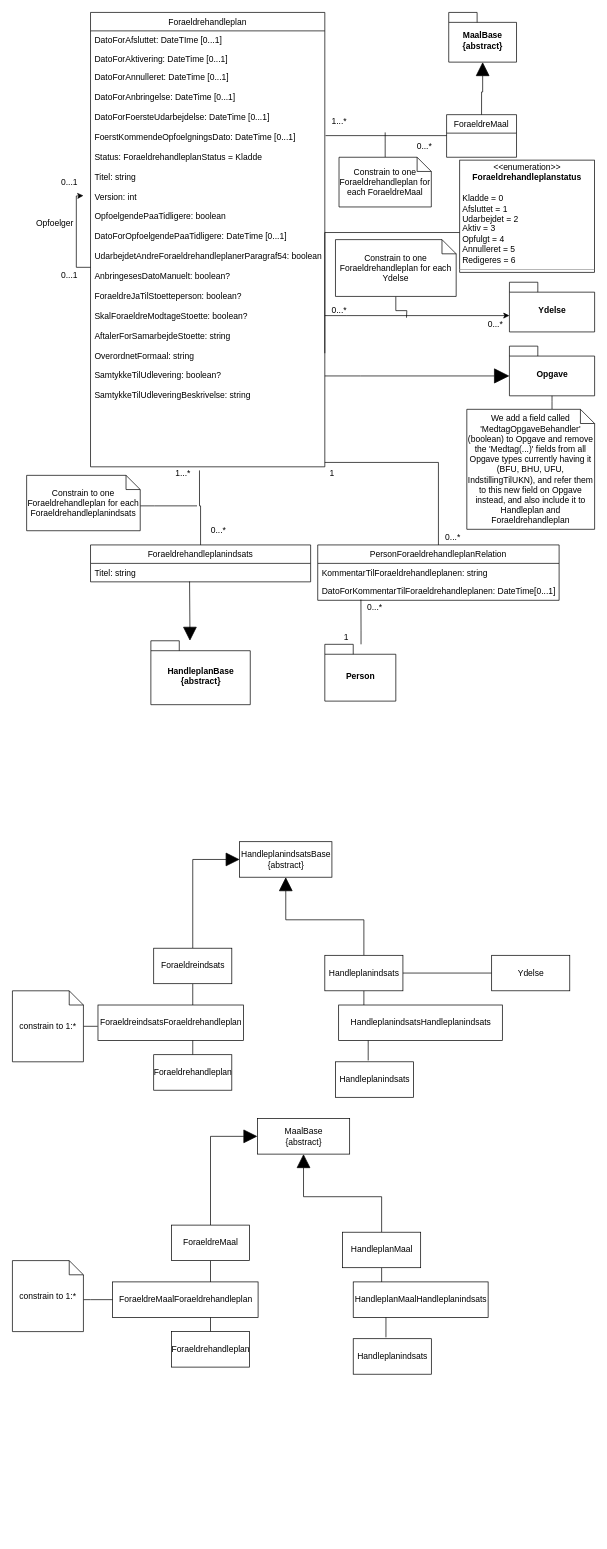
The draw.io diagram Untitled Diagram.drawio in DanielMikkelsen/CompanyCarpool, before the edit. Source tidied: cells renumbered, new cells numbered last; positions are measured from the earlier drawing's top-left corner, leaving out a move shared by most shapes. Both pictures are drawn from the tidied source at 71%, with x=0, y=0 at pixel (12, 12).
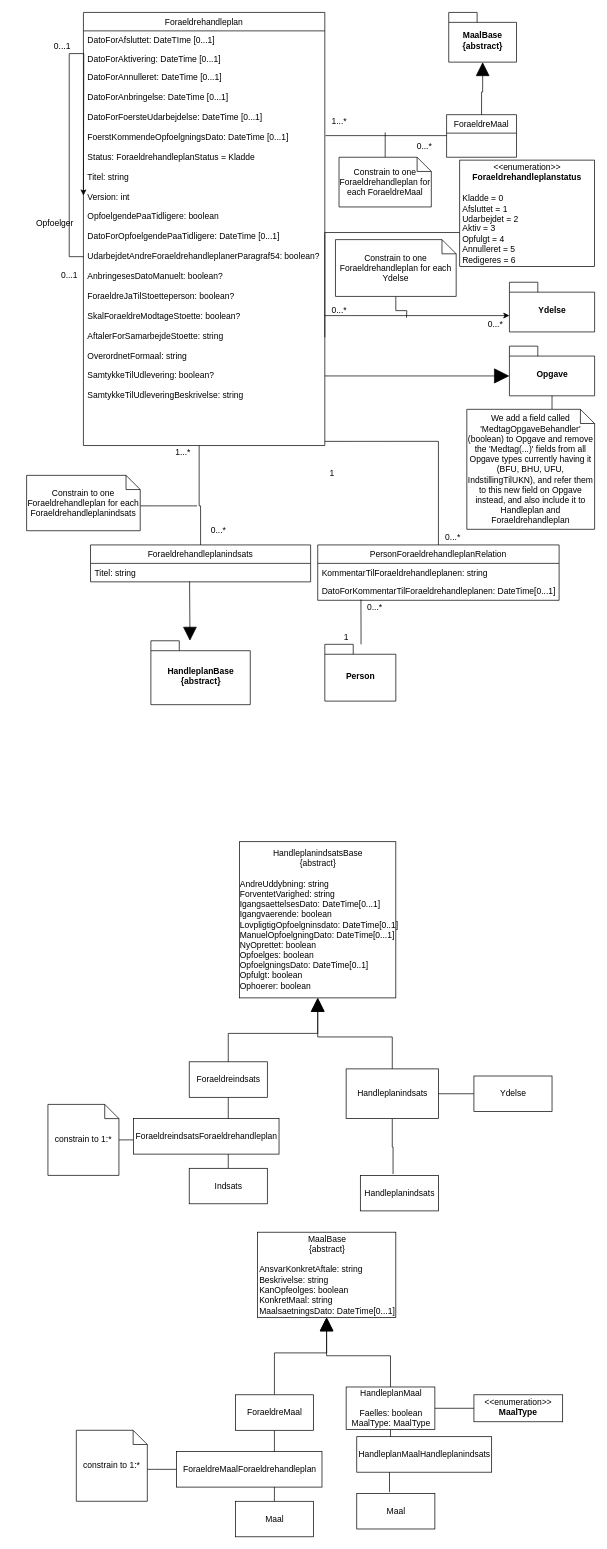
Above is the later version.

Unchanged cells that the change refers to:
```xml
<mxCell id="10" value="Foraeldrehandleplanindsats" style="swimlane;fontStyle=0;horizontal=1;startSize=26;fillColor=none;" parent="1" vertex="1">
  <mxGeometry x="110" y="750" width="310" height="52" as="geometry" />
</mxCell>
```

Change to the diagram source:
```diff
@@
     <mxCell id="2" value="Foraeldrehandleplan" style="swimlane;fontStyle=0;align=center;verticalAlign=top;horizontal=1;startSize=26;rounded=0;shadow=0;strokeWidth=1;" parent="1" vertex="1">
-      <mxGeometry x="110" width="330" height="640" as="geometry" />
+      <mxGeometry x="100" width="340" height="610" as="geometry" />
     </mxCell>
     <mxCell id="3" value="DatoForAfsluttet: DateTIme [0...1]" style="text;align=left;verticalAlign=top;spacingLeft=4;spacingRight=4;overflow=hidden;" parent="2" vertex="1">
-      <mxGeometry y="26" width="330" height="26" as="geometry" />
+      <mxGeometry y="26" width="340" height="26" as="geometry" />
     </mxCell>
     <mxCell id="4" value="DatoForAktivering: DateTime [0...1]" style="text;align=left;verticalAlign=top;spacingLeft=4;spacingRight=4;overflow=hidden;rounded=0;shadow=0;html=0;" parent="2" vertex="1">
-      <mxGeometry y="52" width="330" height="26" as="geometry" />
+      <mxGeometry y="52" width="340" height="26" as="geometry" />
     </mxCell>
-    <mxCell id="5" value="DatoForAnnulleret: DateTime [0...1]&#10;&#10;DatoForAnbringelse: DateTime [0...1]&#10;&#10;DatoForFoersteUdarbejdelse: DateTime [0...1]&#10;&#10;FoerstKommendeOpfoelgningsDato: DateTime [0...1]&#10;&#10;Status: ForaeldrehandleplanStatus = Kladde&#10;&#10;Titel: string&#10;&#10;Version: int&#10;&#10;OpfoelgendePaaTidligere: boolean&#10;&#10;DatoForOpfoelgendePaaTidligere: DateTime [0...1]&#10;&#10;UdarbejdetAndreForaeldrehandleplanerParagraf54: boolean&#10;&#10;AnbringesesDatoManuelt: boolean?&#10;&#10;ForaeldreJaTilStoetteperson: boolean?&#10;&#10;SkalForaeldreModtageStoette: boolean?&#10;&#10;AftalerForSamarbejdeStoette: string&#10;&#10;OverordnetFormaal: string&#10;&#10;SamtykkeTilUdlevering: boolean?&#10;&#10;SamtykkeTilUdleveringBeskrivelse: string&#10;&#10;" style="text;align=left;verticalAlign=top;spacingLeft=4;spacingRight=4;overflow=hidden;points=[[0,0.5],[1,0.5]];portConstraint=eastwest;rounded=0;shadow=0;html=0;" parent="2" vertex="1">
-      <mxGeometry y="78" width="330" height="562" as="geometry" />
+    <mxCell id="5" value="DatoForAnnulleret: DateTime [0...1]&#10;&#10;DatoForAnbringelse: DateTime [0...1]&#10;&#10;DatoForFoersteUdarbejdelse: DateTime [0...1]&#10;&#10;FoerstKommendeOpfoelgningsDato: DateTime [0...1]&#10;&#10;Status: ForaeldrehandleplanStatus = Kladde&#10;&#10;Titel: string&#10;&#10;Version: int&#10;&#10;OpfoelgendePaaTidligere: boolean&#10;&#10;DatoForOpfoelgendePaaTidligere: DateTime [0...1]&#10;&#10;UdarbejdetAndreForaeldrehandleplanerParagraf54: boolean?&#10;&#10;AnbringesesDatoManuelt: boolean?&#10;&#10;ForaeldreJaTilStoetteperson: boolean?&#10;&#10;SkalForaeldreModtageStoette: boolean?&#10;&#10;AftalerForSamarbejdeStoette: string&#10;&#10;OverordnetFormaal: string&#10;&#10;SamtykkeTilUdlevering: boolean?&#10;&#10;SamtykkeTilUdleveringBeskrivelse: string&#10;&#10;" style="text;align=left;verticalAlign=top;spacingLeft=4;spacingRight=4;overflow=hidden;points=[[0,0.5],[1,0.5]];portConstraint=eastwest;rounded=0;shadow=0;html=0;" parent="2" vertex="1">
+      <mxGeometry y="78" width="340" height="532" as="geometry" />
     </mxCell>
@@
     <mxCell id="8" value="&lt;p style=&quot;margin: 0px ; margin-top: 4px ; text-align: center&quot;&gt;&lt;i&gt;&amp;lt;&amp;lt;&lt;/i&gt;enumeration&lt;i&gt;&amp;gt;&amp;gt;&lt;/i&gt;&lt;br&gt;&lt;/p&gt;&lt;b&gt;&lt;div style=&quot;text-align: center&quot;&gt;&lt;b&gt;Foraeldrehandleplanstatus&lt;/b&gt;&lt;/div&gt;&lt;/b&gt;&lt;p style=&quot;margin: 0px ; margin-left: 4px&quot;&gt;&lt;br&gt;&lt;/p&gt;&lt;p style=&quot;margin: 0px ; margin-left: 4px&quot;&gt;Kladde = 0&lt;br&gt;Afsluttet = 1&lt;/p&gt;&lt;p style=&quot;margin: 0px ; margin-left: 4px&quot;&gt;Udarbejdet = 2&lt;/p&gt;&lt;p style=&quot;margin: 0px ; margin-left: 4px&quot;&gt;Aktiv = 3&lt;/p&gt;&lt;p style=&quot;margin: 0px ; margin-left: 4px&quot;&gt;Opfulgt = 4&lt;/p&gt;&lt;p style=&quot;margin: 0px ; margin-left: 4px&quot;&gt;Annulleret = 5&lt;/p&gt;&lt;p style=&quot;margin: 0px ; margin-left: 4px&quot;&gt;Redigeres = 6&lt;/p&gt;&lt;hr size=&quot;1&quot;&gt;&lt;p style=&quot;margin: 0px ; margin-left: 4px&quot;&gt;&lt;br&gt;&lt;/p&gt;" style="verticalAlign=top;align=left;overflow=fill;fontSize=12;fontFamily=Helvetica;html=1;" parent="1" vertex="1">
-      <mxGeometry x="630" y="208" width="190" height="158" as="geometry" />
+      <mxGeometry x="630" y="208" width="190" height="150" as="geometry" />
     </mxCell>
-    <mxCell id="9" style="edgeStyle=orthogonalEdgeStyle;rounded=0;jettySize=auto;html=1;entryX=0.465;entryY=1.009;entryDx=0;entryDy=0;entryPerimeter=0;startArrow=none;startFill=0;startSize=17;endArrow=none;endFill=0;targetPerimeterSpacing=0;" parent="1" edge="1" source="10" target="5">
+    <mxCell id="9" style="edgeStyle=orthogonalEdgeStyle;rounded=0;jettySize=auto;html=1;startArrow=none;startFill=0;startSize=17;endArrow=none;endFill=0;targetPerimeterSpacing=0;" parent="1" edge="1" source="10" target="5">
       <mxGeometry relative="1" as="geometry">
         <Array as="points">
           <mxPoint x="265" y="695" />
           <mxPoint x="263" y="695" />
         </Array>
       </mxGeometry>
     </mxCell>
@@
     <mxCell id="39" value="1...*" style="text;html=1;align=center;verticalAlign=middle;" parent="1" vertex="1">
-      <mxGeometry x="220" y="640" width="40" height="20" as="geometry" />
+      <mxGeometry x="220" y="610" width="40" height="20" as="geometry" />
     </mxCell>
@@
-    <mxCell id="47" value="HandleplanindsatsBase&lt;br&gt;{abstract}" style="html=1;" parent="1" vertex="1">
-      <mxGeometry x="320" y="1168" width="130" height="50" as="geometry" />
+    <mxCell id="47" value="HandleplanindsatsBase&lt;br&gt;{abstract}&lt;br&gt;&lt;div style=&quot;text-align: left&quot;&gt;&lt;br&gt;&lt;/div&gt;&lt;div style=&quot;text-align: left&quot;&gt;&amp;nbsp;AndreUddybning:&amp;nbsp;&lt;span&gt;string&lt;/span&gt;&lt;/div&gt;&lt;div style=&quot;text-align: left&quot;&gt;&amp;nbsp;ForventetVarighed: string&lt;/div&gt;&lt;div style=&quot;text-align: left&quot;&gt;&lt;span&gt;&amp;nbsp;IgangsaettelsesDato: DateTime[0...1]&lt;/span&gt;&lt;br&gt;&lt;/div&gt;&lt;div style=&quot;text-align: left&quot;&gt;&lt;span&gt;&amp;nbsp;Igangvaerende: boolean&lt;/span&gt;&lt;br&gt;&lt;/div&gt;&lt;div style=&quot;text-align: left&quot;&gt;&lt;span&gt;&amp;nbsp;LovpligtigOpfoelgninsdato: DateTime[0..1]&lt;/span&gt;&lt;br&gt;&lt;/div&gt;&lt;div style=&quot;text-align: left&quot;&gt;&lt;span&gt;&amp;nbsp;ManuelOpfoelgningDato: DateTime[0...1]&lt;/span&gt;&lt;br&gt;&lt;/div&gt;&lt;div style=&quot;text-align: left&quot;&gt;&lt;span&gt;&amp;nbsp;NyOprettet: boolean&lt;/span&gt;&lt;br&gt;&lt;/div&gt;&lt;div style=&quot;text-align: left&quot;&gt;&lt;span&gt;&amp;nbsp;Opfoelges: boolean&lt;/span&gt;&lt;/div&gt;&lt;div style=&quot;text-align: left&quot;&gt;&amp;nbsp;OpfoelgningsDato: DateTime[0..1]&lt;/div&gt;&lt;div style=&quot;text-align: left&quot;&gt;&lt;span&gt;&amp;nbsp;Opfulgt: boolean&lt;/span&gt;&lt;br&gt;&lt;/div&gt;&lt;div style=&quot;text-align: left&quot;&gt;&lt;span&gt;&amp;nbsp;Ophoerer: boolean&lt;/span&gt;&lt;br&gt;&lt;/div&gt;" style="html=1;" parent="1" vertex="1">
+      <mxGeometry x="320" y="1168" width="220" height="220" as="geometry" />
     </mxCell>
@@
     <mxCell id="49" value="Foraeldreindsats" style="html=1;" parent="1" vertex="1">
-      <mxGeometry x="199" y="1318" width="110" height="50" as="geometry" />
+      <mxGeometry x="249" y="1478" width="110" height="50" as="geometry" />
     </mxCell>
@@
     <mxCell id="51" value="Handleplanindsats" style="html=1;" parent="1" vertex="1">
-      <mxGeometry x="440" y="1328" width="110" height="50" as="geometry" />
+      <mxGeometry x="470" y="1488" width="130" height="70" as="geometry" />
     </mxCell>
-    <mxCell id="52" value="Foraeldrehandleplan" style="html=1;" parent="1" vertex="1">
-      <mxGeometry x="199" y="1468" width="110" height="50" as="geometry" />
+    <mxCell id="52" value="Indsats" style="html=1;" parent="1" vertex="1">
+      <mxGeometry x="249" y="1628" width="110" height="50" as="geometry" />
     </mxCell>
     <mxCell id="53" value="Handleplanindsats" style="html=1;" parent="1" vertex="1">
-      <mxGeometry x="455" y="1478" width="110" height="50" as="geometry" />
+      <mxGeometry x="490" y="1638" width="110" height="50" as="geometry" />
     </mxCell>
     <mxCell id="54" style="edgeStyle=orthogonalEdgeStyle;rounded=0;jettySize=auto;html=1;entryX=0.5;entryY=0;entryDx=0;entryDy=0;startArrow=block;startFill=1;startSize=17;endArrow=none;endFill=0;targetPerimeterSpacing=0;" parent="1" edge="1" source="56" target="58">
-      <mxGeometry relative="1" as="geometry" />
+      <mxGeometry relative="1" as="geometry">
+        <Array as="points">
+          <mxPoint x="443" y="1888" />
+          <mxPoint x="369" y="1888" />
+        </Array>
+      </mxGeometry>
     </mxCell>
@@
-    <mxCell id="56" value="MaalBase&lt;br&gt;{abstract}" style="html=1;" parent="1" vertex="1">
-      <mxGeometry x="345" y="1558" width="130" height="50" as="geometry" />
+    <mxCell id="56" value="MaalBase&lt;br&gt;{abstract}&lt;br&gt;&lt;br&gt;&lt;div style=&quot;text-align: left&quot;&gt;&lt;span&gt;AnsvarKonkretAftale: string&lt;/span&gt;&lt;/div&gt;&lt;div style=&quot;text-align: left&quot;&gt;&lt;span&gt;Beskrivelse: string&lt;/span&gt;&lt;/div&gt;&lt;div style=&quot;text-align: left&quot;&gt;&lt;span&gt;KanOpfeolges: boolean&lt;/span&gt;&lt;/div&gt;&lt;div style=&quot;text-align: left&quot;&gt;&lt;span&gt;KonkretMaal: string&lt;/span&gt;&lt;/div&gt;&lt;div style=&quot;text-align: left&quot;&gt;&lt;span&gt;MaalsaetningsDato: DateTime[0...1]&lt;/span&gt;&lt;/div&gt;" style="html=1;" parent="1" vertex="1">
+      <mxGeometry x="345" y="1718" width="195" height="120" as="geometry" />
     </mxCell>
@@
     <mxCell id="58" value="ForaeldreMaal" style="html=1;" parent="1" vertex="1">
-      <mxGeometry x="224" y="1708" width="110" height="50" as="geometry" />
+      <mxGeometry x="314" y="1947" width="110" height="50" as="geometry" />
     </mxCell>
@@
+    <mxCell id="77" style="edgeStyle=orthogonalEdgeStyle;rounded=0;jettySize=auto;html=1;entryX=0;entryY=0.5;entryDx=0;entryDy=0;endArrow=none;endFill=0;" parent="1" edge="1" source="60" target="78">
+      <mxGeometry relative="1" as="geometry" />
+    </mxCell>
-    <mxCell id="60" value="HandleplanMaal" style="html=1;" parent="1" vertex="1">
-      <mxGeometry x="465" y="1718" width="110" height="50" as="geometry" />
+    <mxCell id="60" value="HandleplanMaal&lt;br&gt;&lt;br&gt;Faelles: boolean&lt;br&gt;MaalType: MaalType" style="html=1;" parent="1" vertex="1">
+      <mxGeometry x="470" y="1936" width="125" height="60" as="geometry" />
     </mxCell>
-    <mxCell id="61" value="Foraeldrehandleplan" style="html=1;" parent="1" vertex="1">
-      <mxGeometry x="224" y="1858" width="110" height="50" as="geometry" />
+    <mxCell id="61" value="Maal" style="html=1;" parent="1" vertex="1">
+      <mxGeometry x="314" y="2097" width="110" height="50" as="geometry" />
     </mxCell>
-    <mxCell id="62" value="Handleplanindsats" style="html=1;" parent="1" vertex="1">
-      <mxGeometry x="480" y="1868" width="110" height="50" as="geometry" />
+    <mxCell id="62" value="Maal" style="html=1;" parent="1" vertex="1">
+      <mxGeometry x="485" y="2086" width="110" height="50" as="geometry" />
     </mxCell>
@@
     <mxCell id="64" value="Ydelse" style="html=1;" parent="1" vertex="1">
-      <mxGeometry x="675" y="1328" width="110" height="50" as="geometry" />
+      <mxGeometry x="650" y="1498" width="110" height="50" as="geometry" />
     </mxCell>
     <mxCell id="65" value="ForaeldreMaalForaeldrehandleplan" style="html=1;" parent="1" vertex="1">
-      <mxGeometry x="141" y="1788" width="205" height="50" as="geometry" />
+      <mxGeometry x="231" y="2027" width="205" height="50" as="geometry" />
     </mxCell>
     <mxCell id="66" value="HandleplanMaalHandleplanindsats" style="html=1;" parent="1" vertex="1">
-      <mxGeometry x="480" y="1788" width="190" height="50" as="geometry" />
+      <mxGeometry x="485" y="2006" width="190" height="50" as="geometry" />
     </mxCell>
     <mxCell id="67" value="ForaeldreindsatsForaeldrehandleplan" style="html=1;" parent="1" vertex="1">
-      <mxGeometry x="120.5" y="1398" width="205" height="50" as="geometry" />
+      <mxGeometry x="170.5" y="1558" width="205" height="50" as="geometry" />
     </mxCell>
-    <mxCell id="68" value="HandleplanindsatsHandleplanindsats" style="html=1;" parent="1" vertex="1">
-      <mxGeometry x="459.5" y="1398" width="230.5" height="50" as="geometry" />
-    </mxCell>
     <mxCell id="69" style="edgeStyle=orthogonalEdgeStyle;rounded=0;jettySize=auto;html=1;startArrow=none;startFill=0;startSize=17;endArrow=none;endFill=0;targetPerimeterSpacing=0;" parent="1" edge="1" source="70">
       <mxGeometry relative="1" as="geometry">
-        <mxPoint x="120" y="1428" as="targetPoint" />
+        <mxPoint x="170" y="1588" as="targetPoint" />
       </mxGeometry>
     </mxCell>
     <mxCell id="70" value="constrain to 1:*" style="shape=note;size=20;whiteSpace=wrap;html=1;" parent="1" vertex="1">
-      <mxGeometry y="1378" width="100" height="100" as="geometry" />
+      <mxGeometry x="50" y="1538" width="100" height="100" as="geometry" />
     </mxCell>
     <mxCell id="71" style="edgeStyle=orthogonalEdgeStyle;rounded=0;jettySize=auto;html=1;entryX=0;entryY=0.5;entryDx=0;entryDy=0;startArrow=none;startFill=0;startSize=17;endArrow=none;endFill=0;targetPerimeterSpacing=0;" parent="1" edge="1" source="72" target="65">
       <mxGeometry relative="1" as="geometry">
         <Array as="points">
-          <mxPoint x="110" y="1813" />
-          <mxPoint x="110" y="1813" />
+          <mxPoint x="200" y="2052" />
+          <mxPoint x="200" y="2052" />
         </Array>
       </mxGeometry>
     </mxCell>
     <mxCell id="72" value="constrain to 1:*" style="shape=note;size=20;whiteSpace=wrap;html=1;" parent="1" vertex="1">
-      <mxGeometry y="1758" width="100" height="100" as="geometry" />
+      <mxGeometry x="90" y="1997" width="100" height="100" as="geometry" />
     </mxCell>
@@
     <mxCell id="76" value="0...1" style="text;html=1;align=center;verticalAlign=middle;" parent="1" vertex="1">
-      <mxGeometry x="60" y="229" width="40" height="20" as="geometry" />
+      <mxGeometry x="50" y="38" width="40" height="20" as="geometry" />
     </mxCell>
+    <mxCell id="78" value="&lt;p style=&quot;margin: 0px ; margin-top: 4px ; text-align: center&quot;&gt;&lt;i&gt;&amp;lt;&amp;lt;&lt;/i&gt;enumeration&lt;i&gt;&amp;gt;&amp;gt;&lt;/i&gt;&lt;br&gt;&lt;/p&gt;&lt;b&gt;&lt;div style=&quot;text-align: center&quot;&gt;&lt;b&gt;MaalType&lt;br&gt;&lt;/b&gt;&lt;/div&gt;&lt;/b&gt;&lt;hr size=&quot;1&quot;&gt;&lt;p style=&quot;margin: 0px ; margin-left: 4px&quot;&gt;&lt;br&gt;&lt;/p&gt;" style="verticalAlign=top;align=left;overflow=fill;fontSize=12;fontFamily=Helvetica;html=1;" parent="1" vertex="1">
+      <mxGeometry x="650" y="1947" width="125" height="38" as="geometry" />
+    </mxCell>
```
